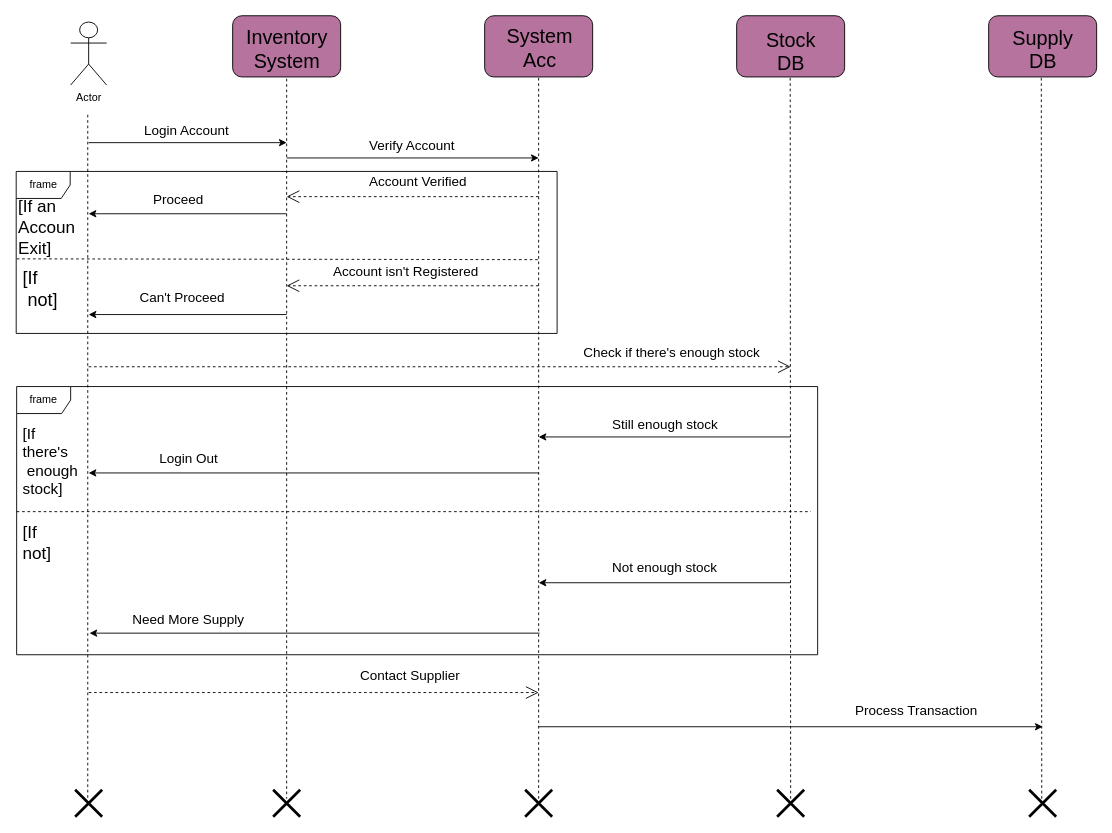
The draw.io diagram sequencediagram.drawio in YouCodeSchool/ShopNow, before the edit. Source tidied: cells renumbered, new cells numbered last; positions are measured from the earlier drawing's top-left corner, leaving out a move shared by most shapes. Both pictures are drawn from the tidied source at 90%, with x=0, y=0 at pixel (16, 15).
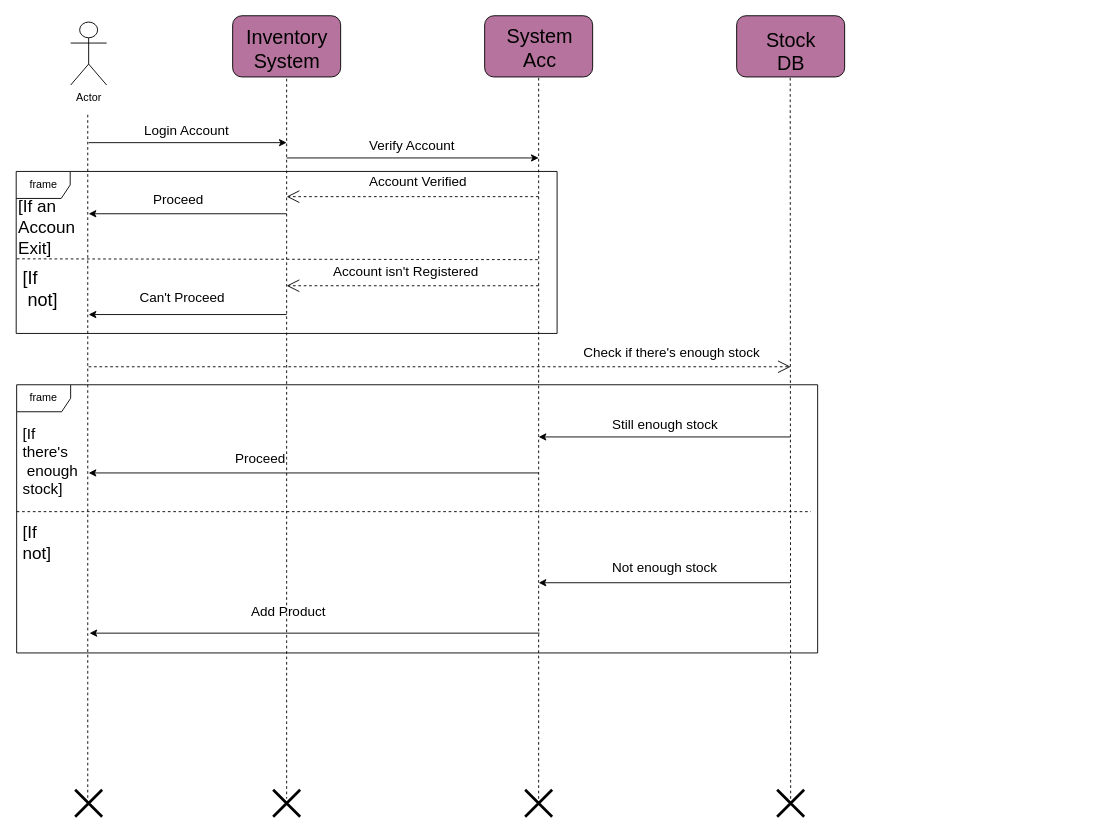
The same page after the edit.

What changed in the source:
```diff
@@
-    <mxCell id="7" style="rounded=1;whiteSpace=wrap;html=1;fillColor=#B5739D;" parent="1" vertex="1">
-      <mxGeometry x="1080" width="120" height="68" as="geometry" />
-    </mxCell>
@@
-    <mxCell id="10" value="&lt;font style=&quot;font-size: 22px&quot;&gt;Supply&lt;br&gt;DB&lt;/font&gt;" style="text;html=1;align=center;verticalAlign=top;spacingTop=-4;" parent="1" vertex="1">
-      <mxGeometry x="1100" y="10" width="80" height="40" as="geometry" />
-    </mxCell>
@@
-    <mxCell id="15" style="endArrow=none;dashed=1;html=1;entryX=0.5;entryY=1;entryDx=0;entryDy=0;" parent="1" edge="1">
-      <mxGeometry relative="1" as="geometry">
-        <mxPoint x="1139" y="870" as="sourcePoint" />
-        <mxPoint x="1138.5" y="68" as="targetPoint" />
-      </mxGeometry>
-    </mxCell>
@@
-    <mxCell id="39" value="&lt;font style=&quot;font-size: 15px&quot;&gt;Login Out&lt;/font&gt;" style="text;html=1;align=left;verticalAlign=top;spacingTop=-4;" parent="1" vertex="1">
-      <mxGeometry x="157" y="480" width="80" height="20" as="geometry" />
+    <mxCell id="39" value="&lt;span style=&quot;font-size: 15px&quot;&gt;Proceed&lt;/span&gt;" style="text;html=1;align=left;verticalAlign=top;spacingTop=-4;" parent="1" vertex="1">
+      <mxGeometry x="241" y="480" width="70" height="20" as="geometry" />
     </mxCell>
@@
-    <mxCell id="41" value="&lt;font style=&quot;font-size: 15px&quot;&gt;Need More Supply&lt;/font&gt;" style="text;html=1;align=left;verticalAlign=top;spacingTop=-4;" parent="1" vertex="1">
-      <mxGeometry x="127" y="659" width="140" height="20" as="geometry" />
+    <mxCell id="41" value="&lt;span style=&quot;font-size: 15px&quot;&gt;Add Product&lt;/span&gt;" style="text;html=1;align=left;verticalAlign=top;spacingTop=-4;" parent="1" vertex="1">
+      <mxGeometry x="259" y="650" width="100" height="20" as="geometry" />
     </mxCell>
-    <mxCell id="42" style="endArrow=open;endSize=12;dashed=1;html=1;" parent="1" edge="1">
-      <mxGeometry x="-0.12" relative="1" as="geometry">
-        <mxPoint x="80" y="752" as="sourcePoint" />
-        <mxPoint x="580" y="752" as="targetPoint" />
-      </mxGeometry>
-    </mxCell>
-    <mxCell id="43" value="&lt;font style=&quot;font-size: 15px&quot;&gt;Contact Supplier&lt;/font&gt;" style="text;html=1;align=left;verticalAlign=top;spacingTop=-4;" parent="1" vertex="1">
-      <mxGeometry x="380" y="722" width="130" height="20" as="geometry" />
-    </mxCell>
-    <mxCell id="44" style="endArrow=classic;html=1;" parent="1" edge="1">
-      <mxGeometry relative="1" as="geometry">
-        <mxPoint x="580" y="790" as="sourcePoint" />
-        <mxPoint x="1140" y="790" as="targetPoint" />
-      </mxGeometry>
-    </mxCell>
-    <mxCell id="45" value="&lt;font style=&quot;font-size: 15px&quot;&gt;Process Transaction&lt;/font&gt;" style="text;html=1;align=left;verticalAlign=top;spacingTop=-4;" parent="1" vertex="1">
-      <mxGeometry x="930" y="761" width="150" height="20" as="geometry" />
-    </mxCell>
     <mxCell id="46" value="frame" style="shape=umlFrame;whiteSpace=wrap;html=1;fillColor=none;" parent="1" vertex="1">
-      <mxGeometry y="412" width="890" height="298" as="geometry" />
+      <mxGeometry y="410" width="890" height="298" as="geometry" />
     </mxCell>
@@
-    <mxCell id="53" style="shape=umlDestroy;whiteSpace=wrap;html=1;strokeWidth=3;fillColor=none;" parent="1" vertex="1">
-      <mxGeometry x="1125" y="860" width="30" height="30" as="geometry" />
-    </mxCell>
```
